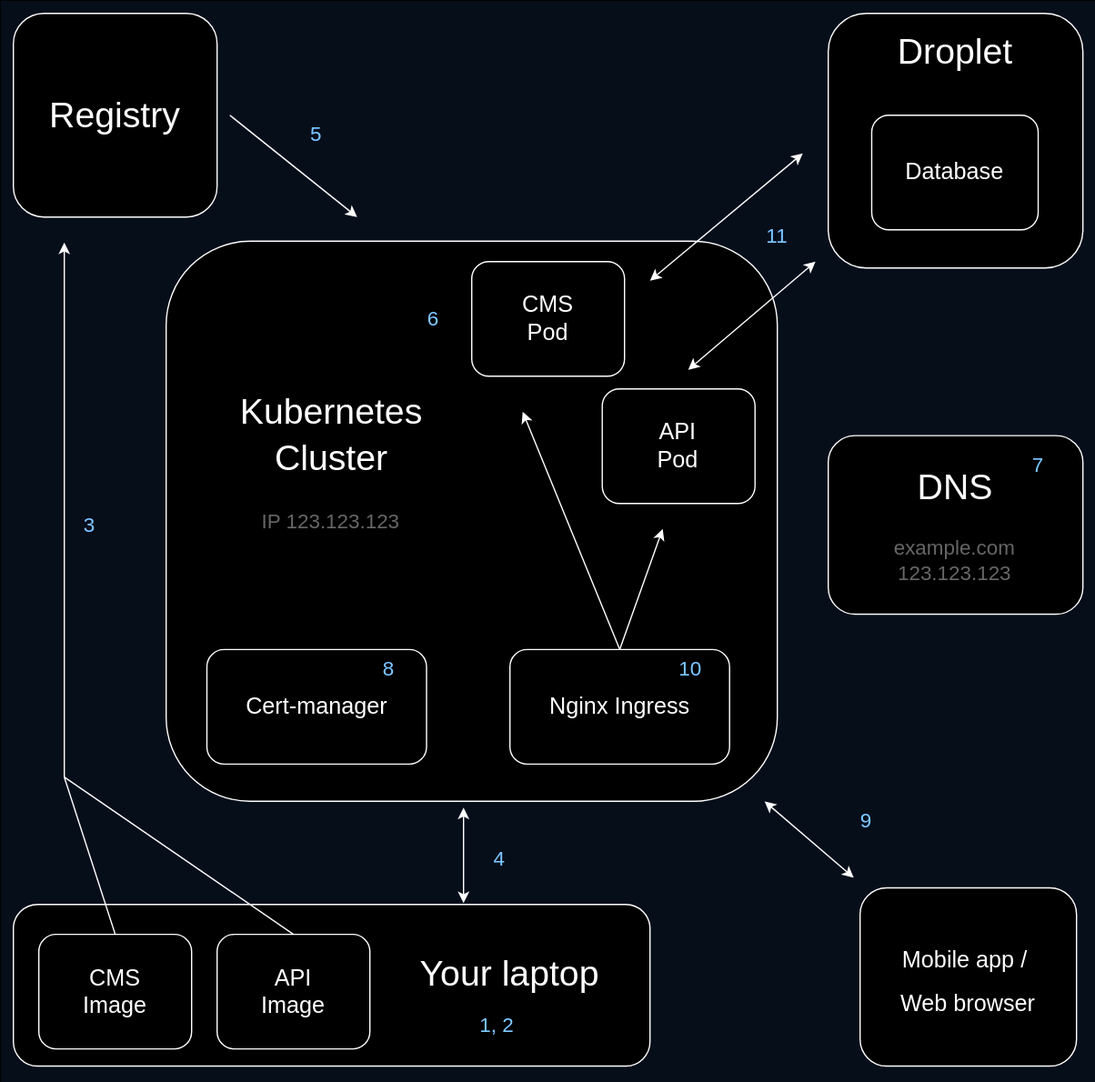
The draw.io diagram docs/deployment/overview.svg in Oky-period-tracker/periodtracker, before a commit. Source tidied: cells renumbered, new cells last; positions are measured from the earlier drawing's top-left corner, leaving out a move shared by most shapes.
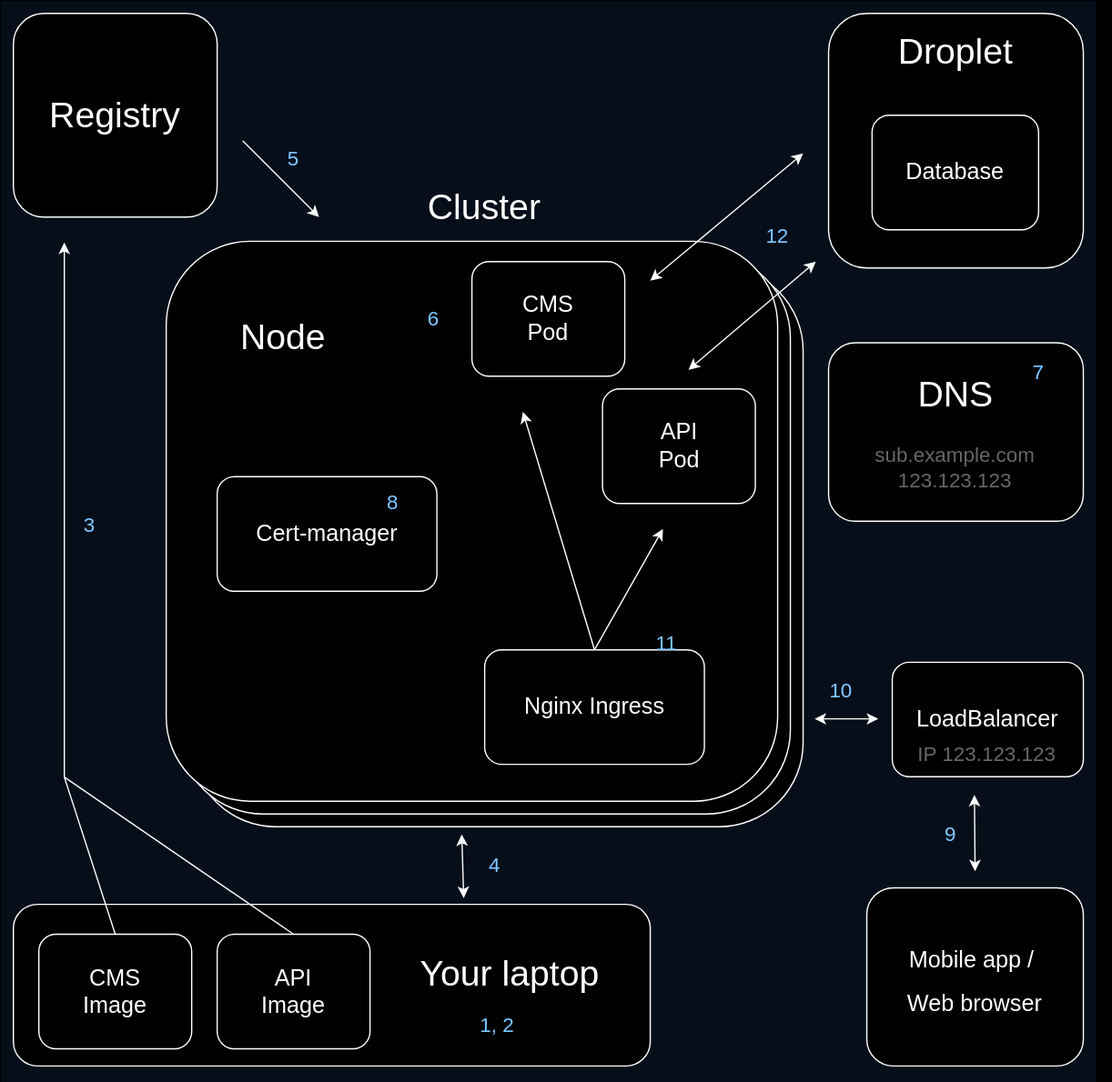
After the change.

Commit message:
Update overview, multiple nodes & load balancer

The edit, as a diff of the source:
```diff
@@ -5,6 +5,12 @@
     <mxCell id="2" style="rounded=0;whiteSpace=wrap;html=1;fillColor=#EBF3FF;strokeColor=none;fillStyle=solid;" parent="1" vertex="1">
       <mxGeometry width="860" height="850" as="geometry" />
     </mxCell>
+    <mxCell id="43" style="rounded=1;whiteSpace=wrap;html=1;" parent="1" vertex="1">
+      <mxGeometry x="150" y="209" width="480" height="440" as="geometry" />
+    </mxCell>
+    <mxCell id="44" style="rounded=1;whiteSpace=wrap;html=1;" parent="1" vertex="1">
+      <mxGeometry x="140" y="199" width="480" height="440" as="geometry" />
+    </mxCell>
     <mxCell id="3" value="Registry" style="rounded=1;whiteSpace=wrap;html=1;fontSize=28;" parent="1" vertex="1">
       <mxGeometry x="10" y="10" width="160" height="160" as="geometry" />
     </mxCell>
@@ -15,19 +21,19 @@
       <mxGeometry x="10" y="710" width="500" height="127" as="geometry" />
     </mxCell>
     <mxCell id="6" style="rounded=1;whiteSpace=wrap;html=1;" parent="1" vertex="1">
-      <mxGeometry x="650" y="341.8" width="200" height="140.2" as="geometry" />
+      <mxGeometry x="650" y="268.8" width="200" height="140.2" as="geometry" />
     </mxCell>
     <mxCell id="7" value="&lt;font style=&quot;font-size: 28px;&quot;&gt;DNS&lt;/font&gt;" style="text;html=1;strokeColor=none;fillColor=none;align=center;verticalAlign=middle;whiteSpace=wrap;rounded=0;fontSize=30;" parent="1" vertex="1">
-      <mxGeometry x="655" y="361.2" width="190" height="39.5" as="geometry" />
+      <mxGeometry x="655" y="288.2" width="190" height="39.5" as="geometry" />
     </mxCell>
-    <mxCell id="8" value="&lt;font style=&quot;font-size: 16px;&quot;&gt;example.com&lt;br&gt;123.123.123&lt;/font&gt;" style="text;html=1;strokeColor=none;fillColor=none;align=center;verticalAlign=middle;whiteSpace=wrap;rounded=0;fontColor=#999999;" parent="1" vertex="1">
-      <mxGeometry x="652" y="412" width="195" height="56" as="geometry" />
+    <mxCell id="8" value="&lt;font style=&quot;font-size: 16px;&quot;&gt;sub.example.com&lt;br&gt;123.123.123&lt;/font&gt;" style="text;html=1;strokeColor=none;fillColor=none;align=center;verticalAlign=middle;whiteSpace=wrap;rounded=0;fontColor=#999999;" parent="1" vertex="1">
+      <mxGeometry x="652" y="339" width="195" height="56" as="geometry" />
     </mxCell>
     <mxCell id="9" style="rounded=1;whiteSpace=wrap;html=1;" parent="1" vertex="1">
       <mxGeometry x="130" y="189" width="480" height="440" as="geometry" />
     </mxCell>
     <mxCell id="10" value="&lt;font style=&quot;font-size: 18px;&quot;&gt;Mobile app /&amp;nbsp;&lt;br style=&quot;border-color: var(--border-color);&quot;&gt;Web browser&lt;/font&gt;" style="rounded=1;whiteSpace=wrap;html=1;fontSize=28;" parent="1" vertex="1">
-      <mxGeometry x="675" y="697" width="170" height="140" as="geometry" />
+      <mxGeometry x="680" y="697" width="170" height="140" as="geometry" />
     </mxCell>
     <mxCell id="11" style="rounded=1;whiteSpace=wrap;html=1;" parent="1" vertex="1">
       <mxGeometry x="650" y="10" width="200" height="200" as="geometry" />
@@ -38,8 +44,8 @@
     <mxCell id="13" value="Database" style="rounded=1;whiteSpace=wrap;html=1;fontSize=18;" parent="1" vertex="1">
       <mxGeometry x="684.1" y="90" width="130.8" height="90" as="geometry" />
     </mxCell>
-    <mxCell id="14" value="&lt;font style=&quot;font-size: 28px;&quot;&gt;Kubernetes Cluster&lt;/font&gt;" style="text;html=1;strokeColor=none;fillColor=none;align=center;verticalAlign=middle;whiteSpace=wrap;rounded=0;fontSize=30;" parent="1" vertex="1">
-      <mxGeometry x="200" y="295" width="120" height="90" as="geometry" />
+    <mxCell id="14" value="&lt;font style=&quot;font-size: 28px;&quot;&gt;Cluster&lt;br&gt;&lt;/font&gt;" style="text;html=1;strokeColor=none;fillColor=none;align=center;verticalAlign=middle;whiteSpace=wrap;rounded=0;fontSize=30;" parent="1" vertex="1">
+      <mxGeometry x="320" y="115" width="120" height="91" as="geometry" />
     </mxCell>
     <mxCell id="15" value="&lt;font style=&quot;font-size: 28px;&quot;&gt;Droplet&lt;/font&gt;" style="text;html=1;strokeColor=none;fillColor=none;align=center;verticalAlign=middle;whiteSpace=wrap;rounded=0;" parent="1" vertex="1">
       <mxGeometry x="699.5" y="20" width="100" height="40" as="geometry" />
@@ -50,9 +56,6 @@
     <mxCell id="17" value="Your laptop" style="text;html=1;strokeColor=none;fillColor=none;align=center;verticalAlign=middle;whiteSpace=wrap;rounded=0;fontSize=28;" parent="1" vertex="1">
       <mxGeometry x="310" y="733.5" width="180" height="60" as="geometry" />
     </mxCell>
-    <mxCell id="18" value="&lt;font style=&quot;font-size: 16px;&quot;&gt;IP 123.123.123&lt;/font&gt;" style="text;html=1;strokeColor=none;fillColor=none;align=center;verticalAlign=middle;whiteSpace=wrap;rounded=0;fontColor=#999999;" parent="1" vertex="1">
-      <mxGeometry x="162" y="381" width="195" height="56" as="geometry" />
-    </mxCell>
     <mxCell id="19" value="CMS&lt;br style=&quot;border-color: var(--border-color); font-size: 18px;&quot;&gt;&lt;span style=&quot;font-size: 18px;&quot;&gt;Pod&lt;/span&gt;" style="rounded=1;whiteSpace=wrap;html=1;fontSize=18;" parent="1" vertex="1">
       <mxGeometry x="370" y="205" width="120" height="90" as="geometry" />
     </mxCell>
@@ -60,10 +63,10 @@
       <mxGeometry x="472.5" y="305" width="120" height="90" as="geometry" />
     </mxCell>
     <mxCell id="21" value="Nginx Ingress" style="rounded=1;whiteSpace=wrap;html=1;fontSize=18;" parent="1" vertex="1">
-      <mxGeometry x="400" y="509.8" width="172.5" height="90" as="geometry" />
+      <mxGeometry x="380" y="510" width="172.5" height="90" as="geometry" />
     </mxCell>
     <mxCell id="22" value="Cert-manager" style="rounded=1;whiteSpace=wrap;html=1;fontSize=18;" parent="1" vertex="1">
-      <mxGeometry x="162" y="509.8" width="172.5" height="90" as="geometry" />
+      <mxGeometry x="170" y="374" width="172.5" height="90" as="geometry" />
     </mxCell>
     <mxCell id="23" style="endArrow=none;html=1;rounded=0;entryX=0.5;entryY=0;entryDx=0;entryDy=0;" parent="1" edge="1" target="16">
       <mxGeometry relative="1" as="geometry">
@@ -93,8 +96,8 @@
     </mxCell>
     <mxCell id="28" style="endArrow=classic;html=1;rounded=0;exitX=1;exitY=0.5;exitDx=0;exitDy=0;" parent="1" edge="1">
       <mxGeometry relative="1" as="geometry">
-        <mxPoint x="180" y="90" as="sourcePoint" />
-        <mxPoint x="280" y="170" as="targetPoint" />
+        <mxPoint x="190" y="110" as="sourcePoint" />
+        <mxPoint x="250" y="170" as="targetPoint" />
       </mxGeometry>
     </mxCell>
     <mxCell id="29" style="endArrow=classic;startArrow=classic;html=1;rounded=0;" parent="1" edge="1">
@@ -111,14 +114,14 @@
     </mxCell>
     <mxCell id="31" style="endArrow=classic;startArrow=classic;html=1;rounded=0;" parent="1" edge="1">
       <mxGeometry relative="1" as="geometry">
-        <mxPoint x="670" y="689" as="sourcePoint" />
-        <mxPoint x="600" y="629" as="targetPoint" />
+        <mxPoint x="765" y="684" as="sourcePoint" />
+        <mxPoint x="764.5" y="624" as="targetPoint" />
       </mxGeometry>
     </mxCell>
-    <mxCell id="32" style="endArrow=classic;startArrow=classic;html=1;rounded=0;" parent="1" edge="1">
+    <mxCell id="32" style="endArrow=classic;startArrow=classic;html=1;rounded=0;entryX=0;entryY=0;entryDx=0;entryDy=0;" parent="1" edge="1">
       <mxGeometry relative="1" as="geometry">
-        <mxPoint x="363.6" y="709" as="sourcePoint" />
-        <mxPoint x="363.6" y="634" as="targetPoint" />
+        <mxPoint x="363.6" y="705" as="sourcePoint" />
+        <mxPoint x="362" y="655" as="targetPoint" />
       </mxGeometry>
     </mxCell>
     <mxCell id="33" value="1, 2" style="text;html=1;strokeColor=none;fillColor=none;align=center;verticalAlign=middle;whiteSpace=wrap;rounded=0;fontColor=#004C99;fontSize=16;" parent="1" vertex="1">
@@ -128,28 +131,46 @@
       <mxGeometry x="310" y="235" width="60" height="30" as="geometry" />
     </mxCell>
     <mxCell id="35" value="8" style="text;html=1;strokeColor=none;fillColor=none;align=center;verticalAlign=middle;whiteSpace=wrap;rounded=0;fontColor=#004C99;fontSize=16;" parent="1" vertex="1">
-      <mxGeometry x="274.5" y="509.8" width="60" height="30" as="geometry" />
+      <mxGeometry x="278" y="379" width="60" height="30" as="geometry" />
     </mxCell>
-    <mxCell id="36" value="10" style="text;html=1;strokeColor=none;fillColor=none;align=center;verticalAlign=middle;whiteSpace=wrap;rounded=0;fontColor=#004C99;fontSize=16;" parent="1" vertex="1">
-      <mxGeometry x="512.5" y="509.8" width="60" height="30" as="geometry" />
+    <mxCell id="36" value="11" style="text;html=1;strokeColor=none;fillColor=none;align=center;verticalAlign=middle;whiteSpace=wrap;rounded=0;fontColor=#004C99;fontSize=16;" parent="1" vertex="1">
+      <mxGeometry x="492.5" y="490" width="60" height="30" as="geometry" />
     </mxCell>
-    <mxCell id="37" value="11" style="text;html=1;strokeColor=none;fillColor=none;align=center;verticalAlign=middle;whiteSpace=wrap;rounded=0;fontColor=#004C99;fontSize=16;" parent="1" vertex="1">
+    <mxCell id="37" value="12" style="text;html=1;strokeColor=none;fillColor=none;align=center;verticalAlign=middle;whiteSpace=wrap;rounded=0;fontColor=#004C99;fontSize=16;" parent="1" vertex="1">
       <mxGeometry x="580" y="170" width="60" height="30" as="geometry" />
     </mxCell>
     <mxCell id="38" value="7" style="text;html=1;strokeColor=none;fillColor=none;align=center;verticalAlign=middle;whiteSpace=wrap;rounded=0;fontColor=#004C99;fontSize=16;" parent="1" vertex="1">
-      <mxGeometry x="785" y="350" width="60" height="30" as="geometry" />
+      <mxGeometry x="785" y="277" width="60" height="30" as="geometry" />
     </mxCell>
     <mxCell id="39" value="9" style="text;html=1;strokeColor=none;fillColor=none;align=center;verticalAlign=middle;whiteSpace=wrap;rounded=0;fontColor=#004C99;fontSize=16;" parent="1" vertex="1">
-      <mxGeometry x="650" y="629" width="60" height="30" as="geometry" />
+      <mxGeometry x="715.5" y="640" width="60" height="30" as="geometry" />
     </mxCell>
     <mxCell id="40" value="4" style="text;html=1;strokeColor=none;fillColor=none;align=center;verticalAlign=middle;whiteSpace=wrap;rounded=0;fontColor=#004C99;fontSize=16;" parent="1" vertex="1">
-      <mxGeometry x="362" y="659" width="60" height="30" as="geometry" />
+      <mxGeometry x="358" y="664" width="60" height="30" as="geometry" />
     </mxCell>
     <mxCell id="41" value="3" style="text;html=1;strokeColor=none;fillColor=none;align=center;verticalAlign=middle;whiteSpace=wrap;rounded=0;fontColor=#004C99;fontSize=16;" parent="1" vertex="1">
       <mxGeometry x="40" y="396.9" width="60" height="30" as="geometry" />
     </mxCell>
     <mxCell id="42" value="5" style="text;html=1;strokeColor=none;fillColor=none;align=center;verticalAlign=middle;whiteSpace=wrap;rounded=0;fontColor=#004C99;fontSize=16;" parent="1" vertex="1">
-      <mxGeometry x="218.2" y="90" width="60" height="30" as="geometry" />
+      <mxGeometry x="200" y="109" width="60" height="30" as="geometry" />
     </mxCell>
+    <mxCell id="45" value="LoadBalancer" style="rounded=1;whiteSpace=wrap;html=1;fontSize=18;" parent="1" vertex="1">
+      <mxGeometry x="700" y="519.8" width="150" height="90" as="geometry" />
+    </mxCell>
+    <mxCell id="46" style="endArrow=classic;startArrow=classic;html=1;rounded=0;" parent="1" edge="1">
+      <mxGeometry relative="1" as="geometry">
+        <mxPoint x="639" y="564.2" as="sourcePoint" />
+        <mxPoint x="689" y="564.2" as="targetPoint" />
+      </mxGeometry>
+    </mxCell>
+    <mxCell id="18" value="&lt;font style=&quot;font-size: 16px;&quot;&gt;IP 123.123.123&lt;/font&gt;" style="text;html=1;strokeColor=none;fillColor=none;align=center;verticalAlign=middle;whiteSpace=wrap;rounded=0;fontColor=#999999;" parent="1" vertex="1">
+      <mxGeometry x="677.2" y="564" width="195" height="56" as="geometry" />
+    </mxCell>
+    <mxCell id="47" value="10" style="text;html=1;strokeColor=none;fillColor=none;align=center;verticalAlign=middle;whiteSpace=wrap;rounded=0;fontColor=#004C99;fontSize=16;" parent="1" vertex="1">
+      <mxGeometry x="630" y="526.8" width="60" height="30" as="geometry" />
+    </mxCell>
+    <mxCell id="48" value="&lt;font style=&quot;font-size: 28px;&quot;&gt;Node&lt;br&gt;&lt;/font&gt;" style="text;html=1;strokeColor=none;fillColor=none;align=center;verticalAlign=middle;whiteSpace=wrap;rounded=0;fontSize=30;" parent="1" vertex="1">
+      <mxGeometry x="162" y="231.8" width="120" height="63.2" as="geometry" />
+    </mxCell>
   </root>
 </mxGraphModel>
```
